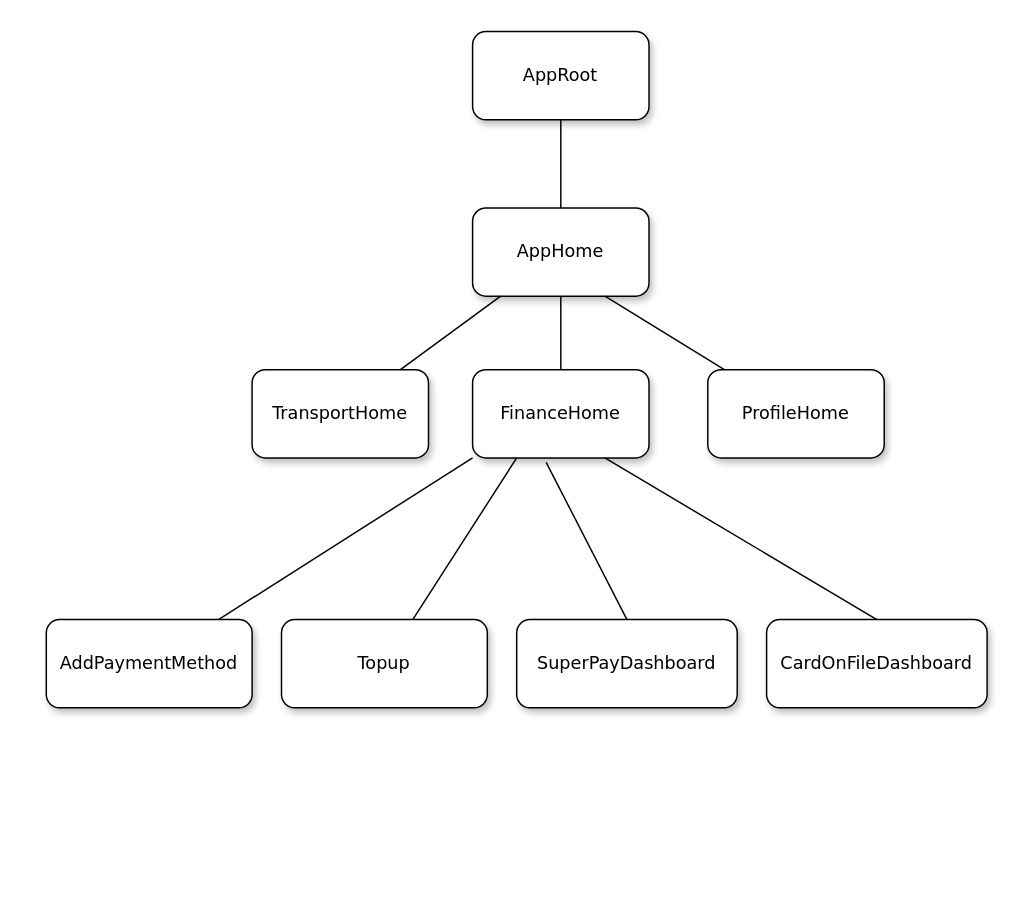
This is page "모노리틱" (1 of 3) of SuperAppRIBTree.drawio from gookhee/diagrams, a draw.io file, before an edit. Source tidied: cells renumbered, new cells numbered last; positions are measured from the earlier drawing's top-left corner, leaving out a move shared by most shapes. Both pictures are drawn from the tidied source at 147%, with x=0, y=0 at pixel (46, 31).
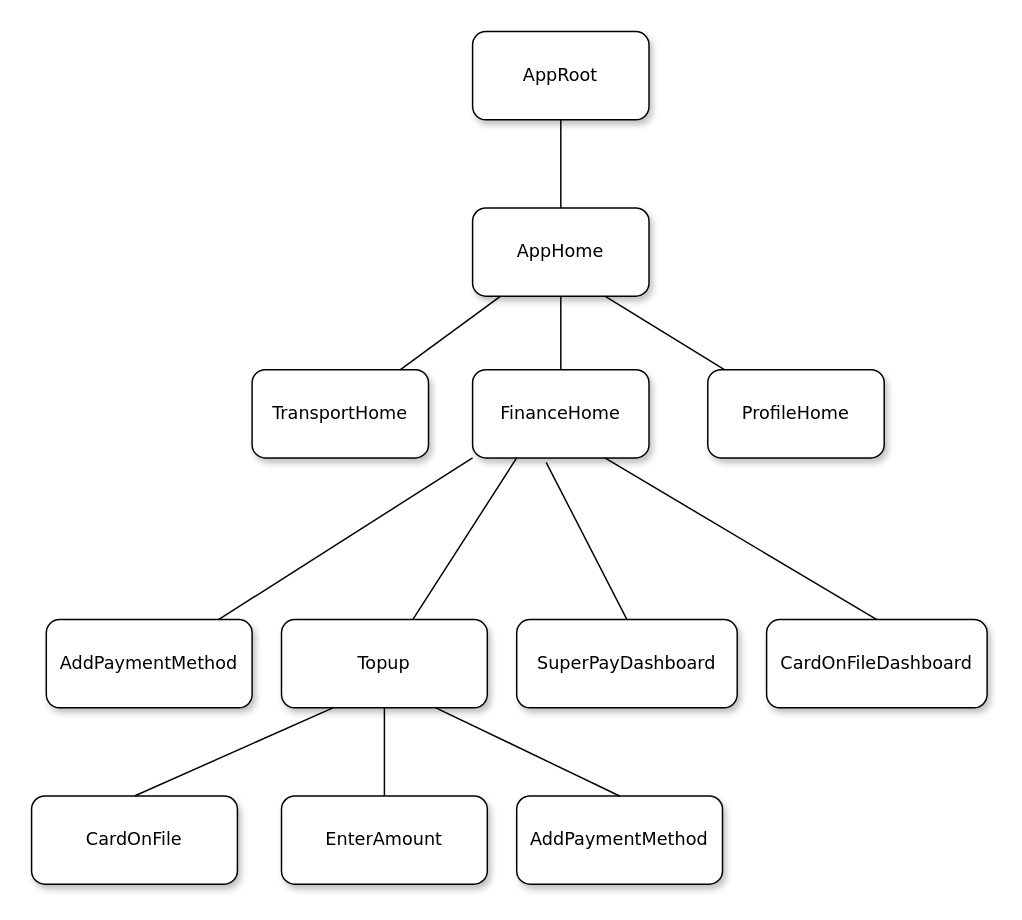
The same diagram, later.

Unchanged cells that the change refers to:
```xml
<mxCell id="19" value="&lt;span&gt;Topup&lt;/span&gt;" style="whiteSpace=wrap;html=1;rounded=1;shadow=1;labelBackgroundColor=none;strokeWidth=1;fontFamily=Verdana;fontSize=12;align=center;" parent="1" vertex="1">
  <mxGeometry x="160" y="400" width="140" height="60" as="geometry" />
</mxCell>
```

What changed in the source:
```diff
@@
+    <mxCell id="21" value="&lt;span&gt;CardOnFile&lt;/span&gt;" style="whiteSpace=wrap;html=1;rounded=1;shadow=1;labelBackgroundColor=none;strokeWidth=1;fontFamily=Verdana;fontSize=12;align=center;" parent="1" vertex="1">
+      <mxGeometry x="-10" y="520" width="140" height="60" as="geometry" />
+    </mxCell>
+    <mxCell id="22" value="&lt;span&gt;EnterAmount&lt;/span&gt;" style="whiteSpace=wrap;html=1;rounded=1;shadow=1;labelBackgroundColor=none;strokeWidth=1;fontFamily=Verdana;fontSize=12;align=center;" parent="1" vertex="1">
+      <mxGeometry x="160" y="520" width="140" height="60" as="geometry" />
+    </mxCell>
+    <mxCell id="23" style="rounded=0;html=1;labelBackgroundColor=none;startArrow=none;startFill=0;startSize=5;endArrow=none;endFill=0;endSize=5;jettySize=auto;strokeWidth=1;fontFamily=Verdana;fontSize=12;exitX=0.25;exitY=1;exitDx=0;exitDy=0;entryX=0.5;entryY=0;entryDx=0;entryDy=0;" parent="1" edge="1" source="19" target="21">
+      <mxGeometry x="-0.22" y="-14" relative="1" as="geometry" />
+    </mxCell>
+    <mxCell id="24" style="rounded=0;html=1;labelBackgroundColor=none;startArrow=none;startFill=0;startSize=5;endArrow=none;endFill=0;endSize=5;jettySize=auto;strokeWidth=1;fontFamily=Verdana;fontSize=12;exitX=0.5;exitY=1;exitDx=0;exitDy=0;entryX=0.5;entryY=0;entryDx=0;entryDy=0;" parent="1" edge="1" source="19" target="22">
+      <mxGeometry x="-0.22" y="-14" relative="1" as="geometry" />
+    </mxCell>
+    <mxCell id="25" value="&lt;span&gt;AddPaymentMethod&lt;/span&gt;" style="whiteSpace=wrap;html=1;rounded=1;shadow=1;labelBackgroundColor=none;strokeWidth=1;fontFamily=Verdana;fontSize=12;align=center;" parent="1" vertex="1">
+      <mxGeometry x="320" y="520" width="140" height="60" as="geometry" />
+    </mxCell>
+    <mxCell id="26" style="rounded=0;html=1;labelBackgroundColor=none;startArrow=none;startFill=0;startSize=5;endArrow=none;endFill=0;endSize=5;jettySize=auto;strokeWidth=1;fontFamily=Verdana;fontSize=12;exitX=0.75;exitY=1;exitDx=0;exitDy=0;entryX=0.5;entryY=0;entryDx=0;entryDy=0;" parent="1" edge="1" source="19" target="25">
+      <mxGeometry x="-0.22" y="-14" relative="1" as="geometry" />
+    </mxCell>
```
